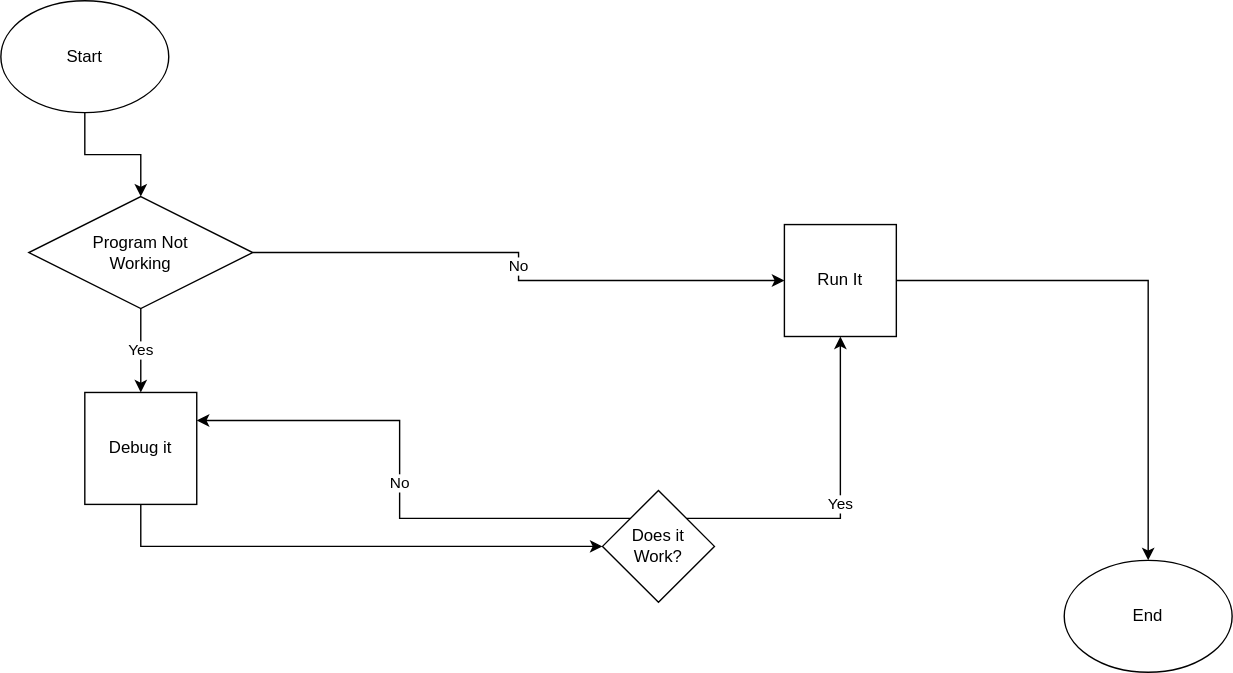
Before: flow-of-code.svg, a diagram exported from draw.io (Neocrumm/diagrams.net). Source tidied: cells renumbered, new cells last; positions are measured from the earlier drawing's top-left corner, leaving out a move shared by most shapes.
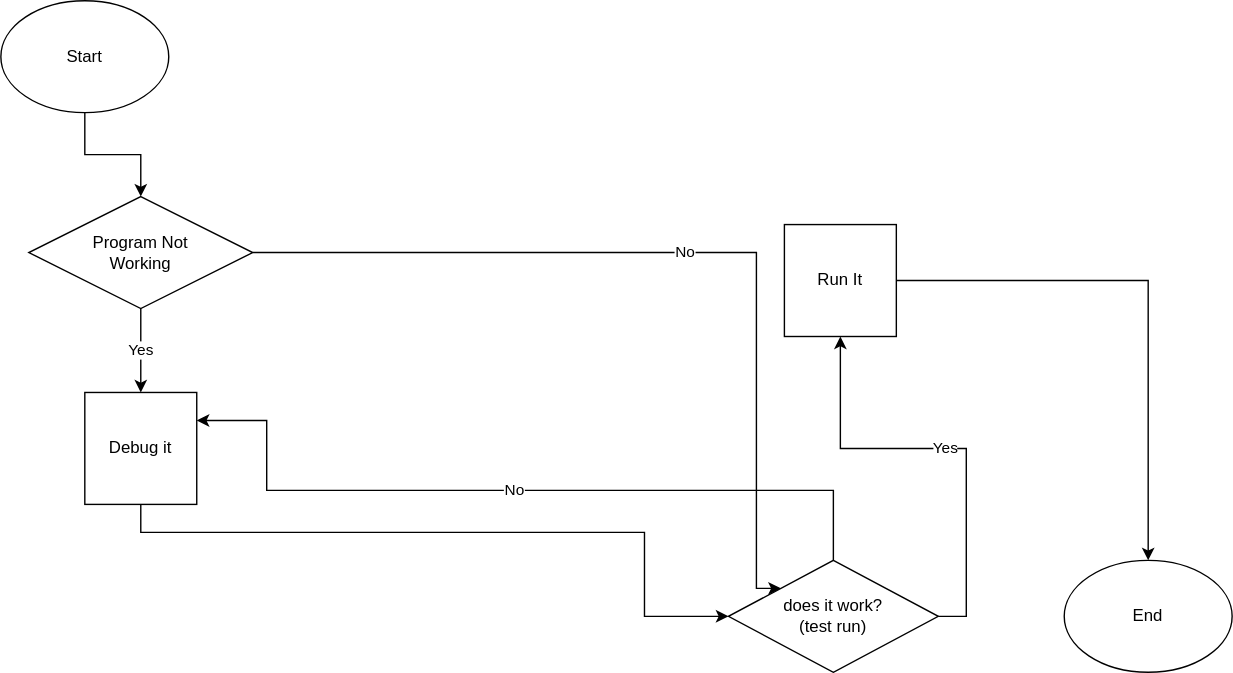
After the change.

Diff of the diagram source:
```diff
@@ -14,14 +14,24 @@
     <mxCell id="5" value="Yes" style="edgeStyle=orthogonalEdgeStyle;rounded=0;jettySize=auto;html=1;exitX=0.5;exitY=1;exitDx=0;exitDy=0;entryX=0.5;entryY=0;entryDx=0;entryDy=0;" parent="1" edge="1" source="7" target="9">
       <mxGeometry relative="1" as="geometry" />
     </mxCell>
-    <mxCell id="6" value="No" style="edgeStyle=orthogonalEdgeStyle;rounded=0;jettySize=auto;html=1;exitX=1;exitY=0.5;exitDx=0;exitDy=0;" parent="1" edge="1" source="7" target="11">
-      <mxGeometry relative="1" as="geometry" />
+    <mxCell id="6" value="No" style="edgeStyle=orthogonalEdgeStyle;rounded=0;jettySize=auto;html=1;exitX=1;exitY=0.5;exitDx=0;exitDy=0;entryX=0;entryY=0;entryDx=0;entryDy=0;" parent="1" edge="1" source="7" target="15">
+      <mxGeometry relative="1" as="geometry">
+        <Array as="points">
+          <mxPoint x="540" y="180" />
+        </Array>
+      </mxGeometry>
     </mxCell>
     <mxCell id="7" value="Program Not&lt;br&gt;Working" style="rhombus;whiteSpace=wrap;html=1;" parent="1" vertex="1">
       <mxGeometry x="20" y="140" width="160" height="80" as="geometry" />
     </mxCell>
-    <mxCell id="8" style="edgeStyle=orthogonalEdgeStyle;rounded=0;jettySize=auto;html=1;exitX=0.5;exitY=1;exitDx=0;exitDy=0;" parent="1" edge="1" source="9" target="14">
-      <mxGeometry relative="1" as="geometry" />
+    <mxCell id="8" style="edgeStyle=orthogonalEdgeStyle;rounded=0;jettySize=auto;html=1;exitX=0.5;exitY=1;exitDx=0;exitDy=0;entryX=0;entryY=0.5;entryDx=0;entryDy=0;" parent="1" edge="1" source="9" target="15">
+      <mxGeometry relative="1" as="geometry">
+        <Array as="points">
+          <mxPoint x="100" y="380" />
+          <mxPoint x="460" y="380" />
+          <mxPoint x="460" y="440" />
+        </Array>
+      </mxGeometry>
     </mxCell>
     <mxCell id="9" value="Debug it" style="whiteSpace=wrap;html=1;" parent="1" vertex="1">
       <mxGeometry x="60" y="280" width="80" height="80" as="geometry" />
@@ -32,14 +42,20 @@
     <mxCell id="11" value="Run It" style="whiteSpace=wrap;html=1;" parent="1" vertex="1">
       <mxGeometry x="560" y="160" width="80" height="80" as="geometry" />
     </mxCell>
-    <mxCell id="12" value="No" style="edgeStyle=orthogonalEdgeStyle;rounded=0;jettySize=auto;html=1;exitX=0;exitY=0;exitDx=0;exitDy=0;entryX=1;entryY=0.25;entryDx=0;entryDy=0;" parent="1" edge="1" source="14" target="9">
-      <mxGeometry relative="1" as="geometry" />
+    <mxCell id="12" value="No" style="edgeStyle=orthogonalEdgeStyle;rounded=0;jettySize=auto;html=1;exitX=0.5;exitY=0;exitDx=0;exitDy=0;entryX=1;entryY=0.25;entryDx=0;entryDy=0;" parent="1" edge="1" source="15" target="9">
+      <mxGeometry relative="1" as="geometry">
+        <Array as="points">
+          <mxPoint x="595" y="350" />
+          <mxPoint x="190" y="350" />
+          <mxPoint x="190" y="300" />
+        </Array>
+      </mxGeometry>
     </mxCell>
-    <mxCell id="13" value="Yes" style="edgeStyle=orthogonalEdgeStyle;rounded=0;jettySize=auto;html=1;exitX=1;exitY=0;exitDx=0;exitDy=0;entryX=0.5;entryY=1;entryDx=0;entryDy=0;" parent="1" edge="1" source="14" target="11">
+    <mxCell id="13" value="Yes" style="edgeStyle=orthogonalEdgeStyle;rounded=0;jettySize=auto;html=1;exitX=1;exitY=0.5;exitDx=0;exitDy=0;entryX=0.5;entryY=1;entryDx=0;entryDy=0;" parent="1" edge="1" source="15" target="11">
       <mxGeometry relative="1" as="geometry" />
     </mxCell>
-    <mxCell id="14" value="Does it&lt;br&gt;Work?" style="rhombus;whiteSpace=wrap;html=1;" parent="1" vertex="1">
-      <mxGeometry x="430" y="350" width="80" height="80" as="geometry" />
-    </mxCell>
+    <mxCell id="15" value="does it work?&lt;br&gt;(test run)" style="rhombus;whiteSpace=wrap;html=1;" parent="1" vertex="1">
+      <mxGeometry x="520" y="400" width="150" height="80" as="geometry" />
+    </mxCell>
   </root>
 </mxGraphModel>
```
